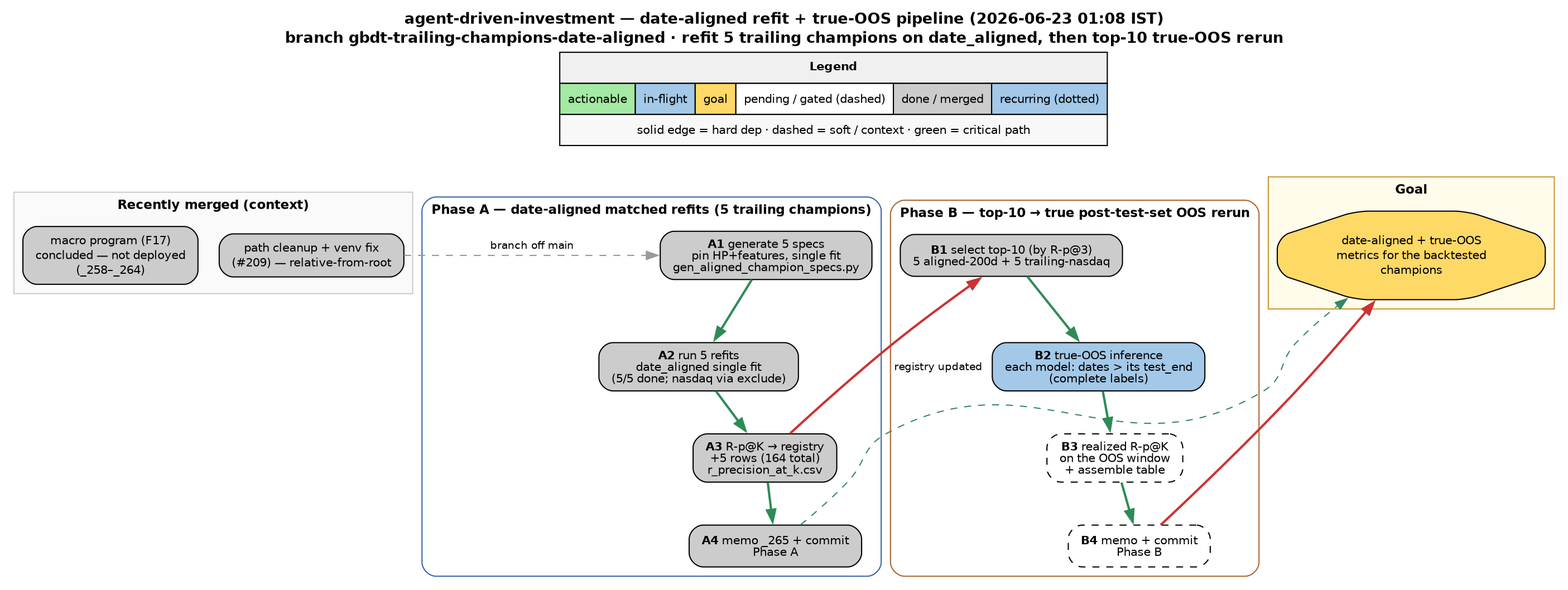
Earlier version of the Graphviz export docs/task_dependencies.png (shayanrc/agent-driven-investment). Its source is kept beside it as docs/task_dependencies.dot.
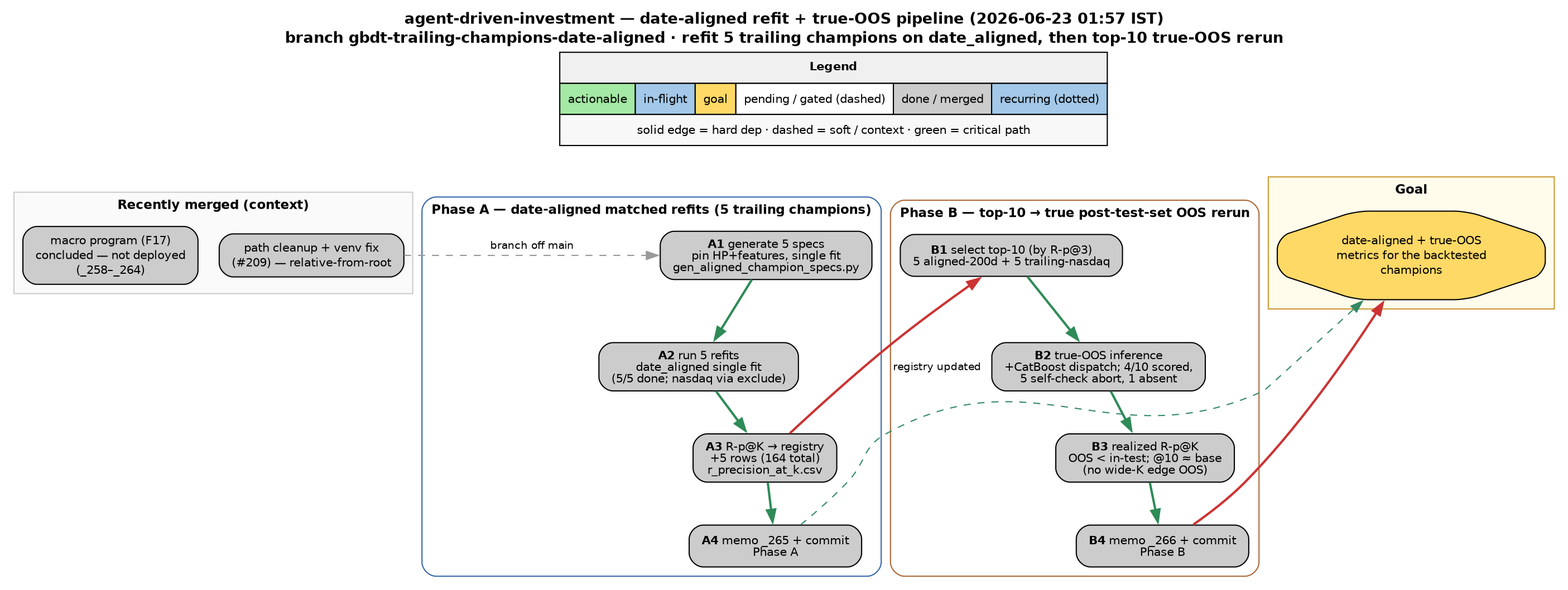
After the change.

Commit message:
chore(graph): Phase B complete (B2/B3/B4 done) — pipeline finished

What changed in the source:
```diff
@@ -4,7 +4,7 @@
   bgcolor="white";
   node [fontname="Helvetica", fontsize=10, shape=box, style="rounded,filled", margin="0.15,0.08"];
   edge [fontname="Helvetica", fontsize=9];
-  graph [labelloc="t", label="agent-driven-investment — date-aligned refit + true-OOS pipeline (2026-06-23 01:08 IST)\nbranch gbdt-trailing-champions-date-aligned · refit 5 trailing champions on date_aligned, then top-10 true-OOS rerun", fontsize=13, fontname="Helvetica-Bold"];
+  graph [labelloc="t", label="agent-driven-investment — date-aligned refit + true-OOS pipeline (2026-06-23 01:57 IST)\nbranch gbdt-trailing-champions-date-aligned · refit 5 trailing champions on date_aligned, then top-10 true-OOS rerun", fontsize=13, fontname="Helvetica-Bold"];
 
   {
     rank=source;
@@ -45,9 +45,9 @@
     label = "Phase B — top-10 &rarr; true post-test-set OOS rerun";
     style = "rounded"; color = "#aa6633"; fontname = "Helvetica-Bold"; fontsize = 11;
     B1 [label=<<B>B1</B> select top-10 (by R-p@3)<BR/>5 aligned-200d + 5 trailing-nasdaq>, fillcolor="#cccccc"];
-    B2 [label=<<B>B2</B> true-OOS inference<BR/>each model: dates &gt; its test_end<BR/>(complete labels)>, fillcolor="#a3c8e8"];
-    B3 [label=<<B>B3</B> realized R-p@K<BR/>on the OOS window<BR/>+ assemble table>, fillcolor="#ffffff", style="rounded,filled,dashed"];
-    B4 [label=<<B>B4</B> memo + commit<BR/>Phase B>, fillcolor="#ffffff", style="rounded,filled,dashed"];
+    B2 [label=<<B>B2</B> true-OOS inference<BR/>+CatBoost dispatch; 4/10 scored,<BR/>5 self-check abort, 1 absent>, fillcolor="#cccccc"];
+    B3 [label=<<B>B3</B> realized R-p@K<BR/>OOS &lt; in-test; @10 &asymp; base<BR/>(no wide-K edge OOS)>, fillcolor="#cccccc"];
+    B4 [label=<<B>B4</B> memo _266 + commit<BR/>Phase B>, fillcolor="#cccccc"];
   }
 
   subgraph cluster_goal {
```
